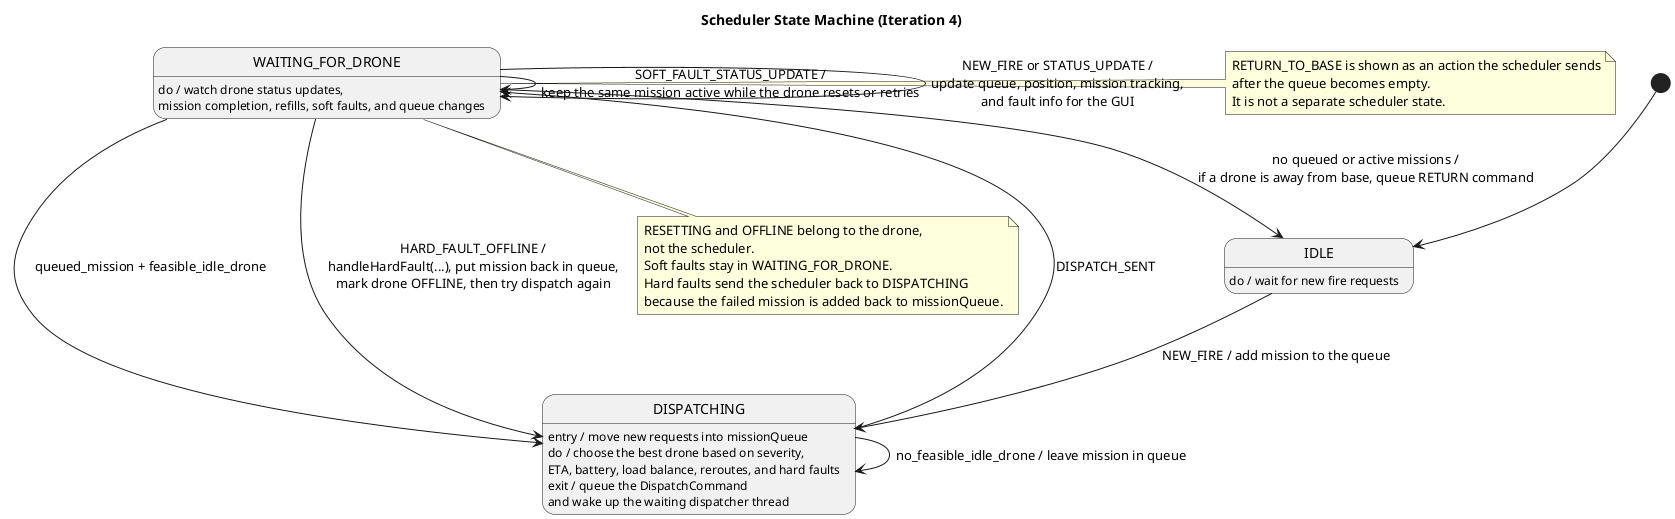
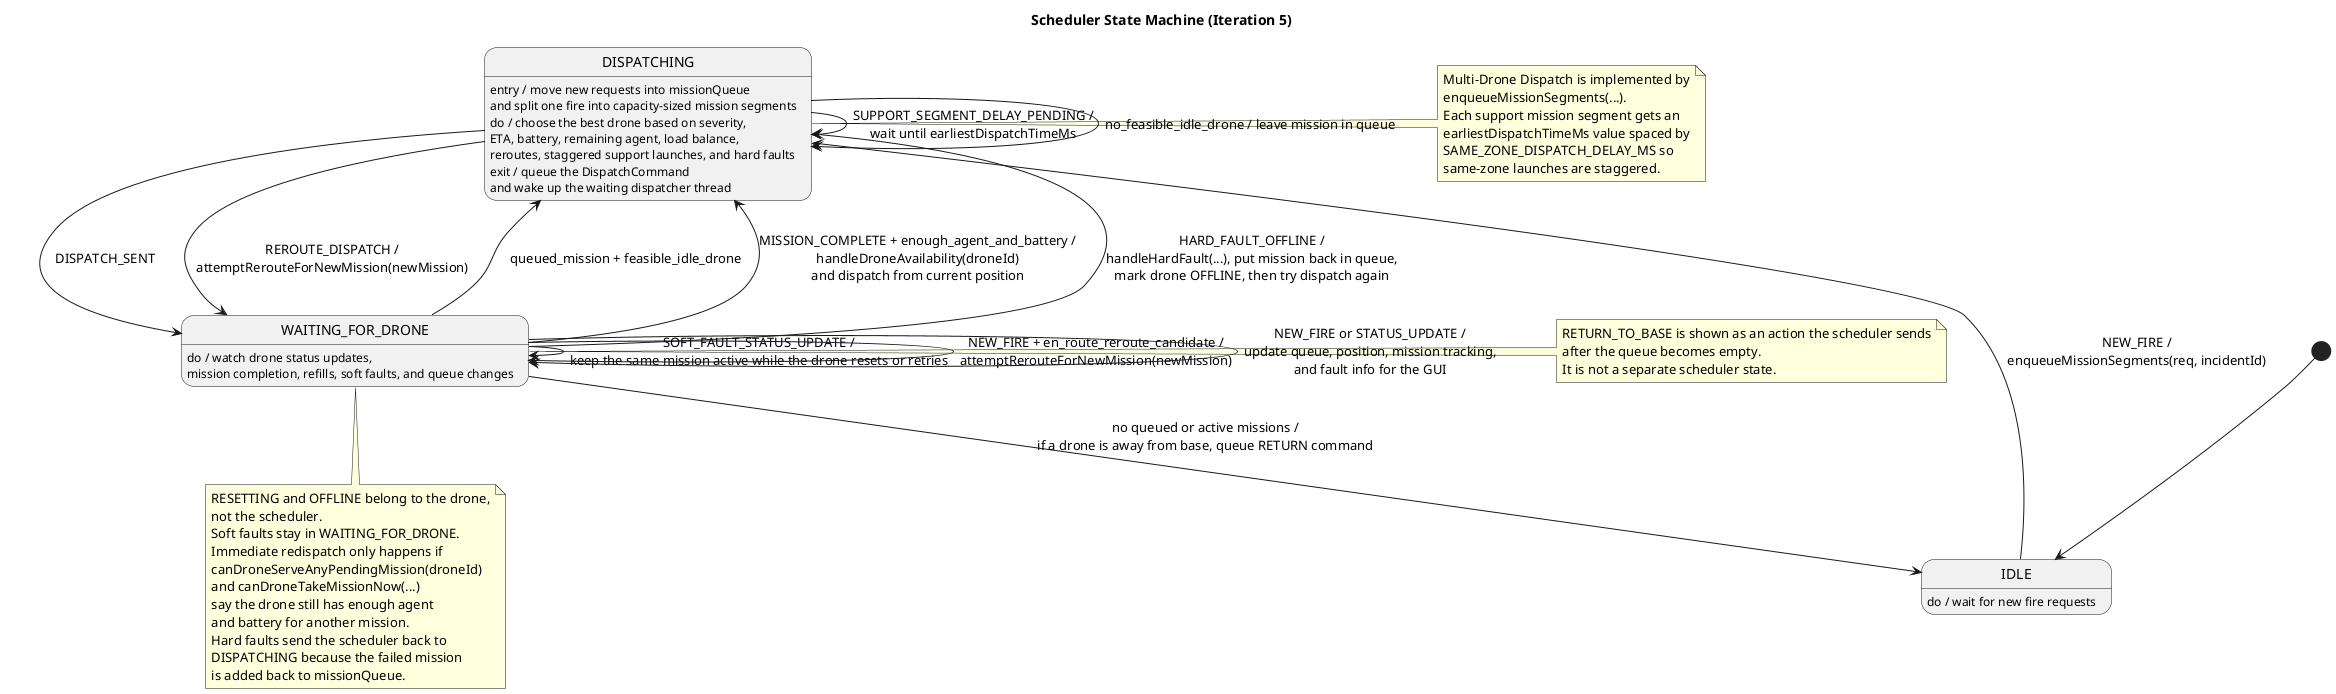
@startuml
- title Scheduler State Machine (Iteration 4)
+ title Scheduler State Machine (Iteration 5)

state IDLE
state DISPATCHING
state WAITING_FOR_DRONE

IDLE : do / wait for new fire requests
- DISPATCHING : entry / move new requests into missionQueue
- DISPATCHING : do / choose the best drone based on severity,\nETA, battery, load balance, reroutes, and hard faults
+ DISPATCHING : entry / move new requests into missionQueue\nand split one fire into capacity-sized mission segments
+ DISPATCHING : do / choose the best drone based on severity,\nETA, battery, remaining agent, load balance,\nreroutes, staggered support launches, and hard faults
DISPATCHING : exit / queue the DispatchCommand\nand wake up the waiting dispatcher thread
WAITING_FOR_DRONE : do / watch drone status updates,\nmission completion, refills, soft faults, and queue changes

[*] --> IDLE

- IDLE --> DISPATCHING : NEW_FIRE / add mission to the queue
+ IDLE --> DISPATCHING : NEW_FIRE /\nenqueueMissionSegments(req, incidentId)
DISPATCHING --> WAITING_FOR_DRONE : DISPATCH_SENT
+ DISPATCHING --> WAITING_FOR_DRONE : REROUTE_DISPATCH /\nattemptRerouteForNewMission(newMission)
+ DISPATCHING --> DISPATCHING : SUPPORT_SEGMENT_DELAY_PENDING /\nwait until earliestDispatchTimeMs
DISPATCHING --> DISPATCHING : no_feasible_idle_drone / leave mission in queue

WAITING_FOR_DRONE --> DISPATCHING : queued_mission + feasible_idle_drone
+ WAITING_FOR_DRONE --> DISPATCHING : MISSION_COMPLETE + enough_agent_and_battery /\nhandleDroneAvailability(droneId)\nand dispatch from current position
WAITING_FOR_DRONE --> DISPATCHING : HARD_FAULT_OFFLINE /\nhandleHardFault(...), put mission back in queue,\nmark drone OFFLINE, then try dispatch again
WAITING_FOR_DRONE --> WAITING_FOR_DRONE : SOFT_FAULT_STATUS_UPDATE /\nkeep the same mission active while the drone resets or retries
+ WAITING_FOR_DRONE --> WAITING_FOR_DRONE : NEW_FIRE + en_route_reroute_candidate /\nattemptRerouteForNewMission(newMission)
WAITING_FOR_DRONE --> WAITING_FOR_DRONE : NEW_FIRE or STATUS_UPDATE /\nupdate queue, position, mission tracking,\nand fault info for the GUI
WAITING_FOR_DRONE --> IDLE : no queued or active missions /\nif a drone is away from base, queue RETURN command
+ 
+ note right of DISPATCHING
+   Multi-Drone Dispatch is implemented by
+   enqueueMissionSegments(...).
+   Each support mission segment gets an
+   earliestDispatchTimeMs value spaced by
+   SAME_ZONE_DISPATCH_DELAY_MS so
+   same-zone launches are staggered.
+ end note

note right of WAITING_FOR_DRONE
  RETURN_TO_BASE is shown as an action the scheduler sends
  after the queue becomes empty.
  It is not a separate scheduler state.
end note

note bottom of WAITING_FOR_DRONE
  RESETTING and OFFLINE belong to the drone,
  not the scheduler.
  Soft faults stay in WAITING_FOR_DRONE.
-   Hard faults send the scheduler back to DISPATCHING
-   because the failed mission is added back to missionQueue.
+   Immediate redispatch only happens if
+   canDroneServeAnyPendingMission(droneId)
+   and canDroneTakeMissionNow(...)
+   say the drone still has enough agent
+   and battery for another mission.
+   Hard faults send the scheduler back to
+   DISPATCHING because the failed mission
+   is added back to missionQueue.
end note

@enduml
